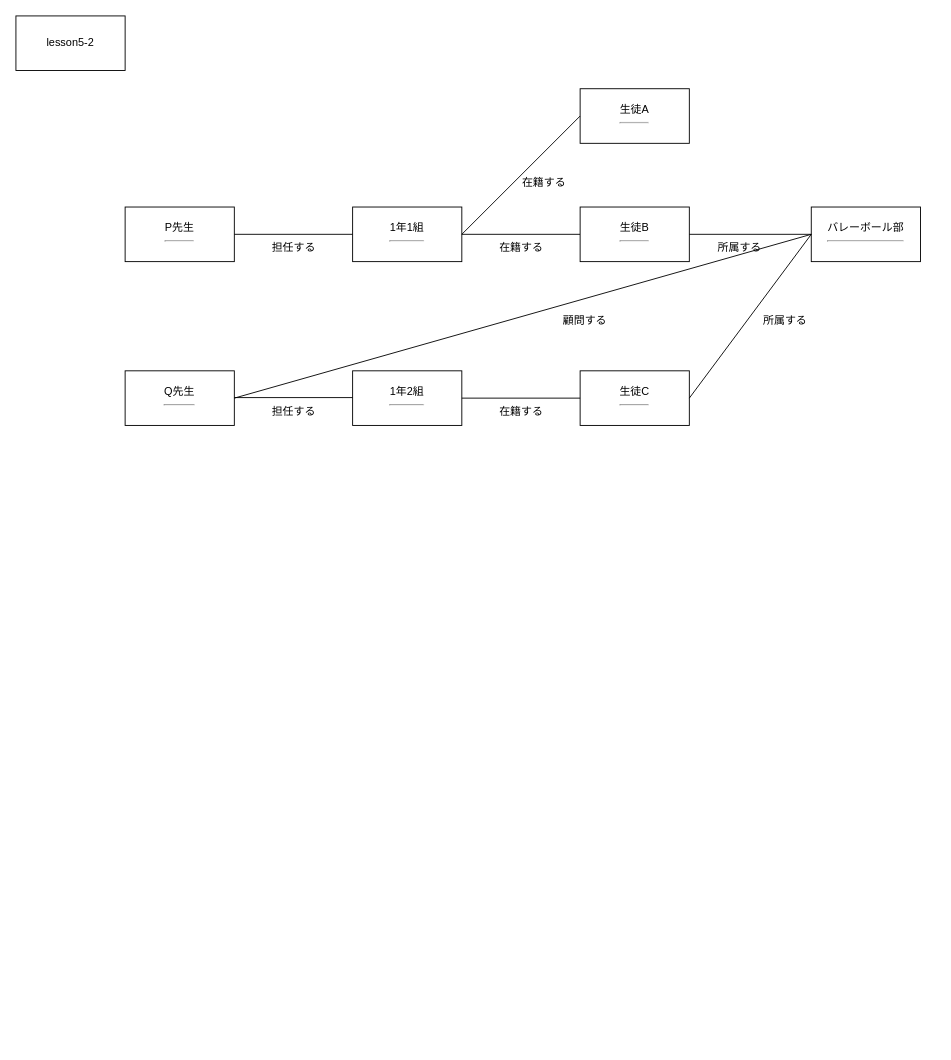
The draw.io diagram lesson5/5-2.drawio in hirutashougo/UML_introduction, before the edit. Source tidied: cells renumbered, new cells numbered last; positions are measured from the earlier drawing's top-left corner, leaving out a move shared by most shapes. Both pictures are drawn from the tidied source at 91%, with x=0, y=0 at pixel (15, 15).
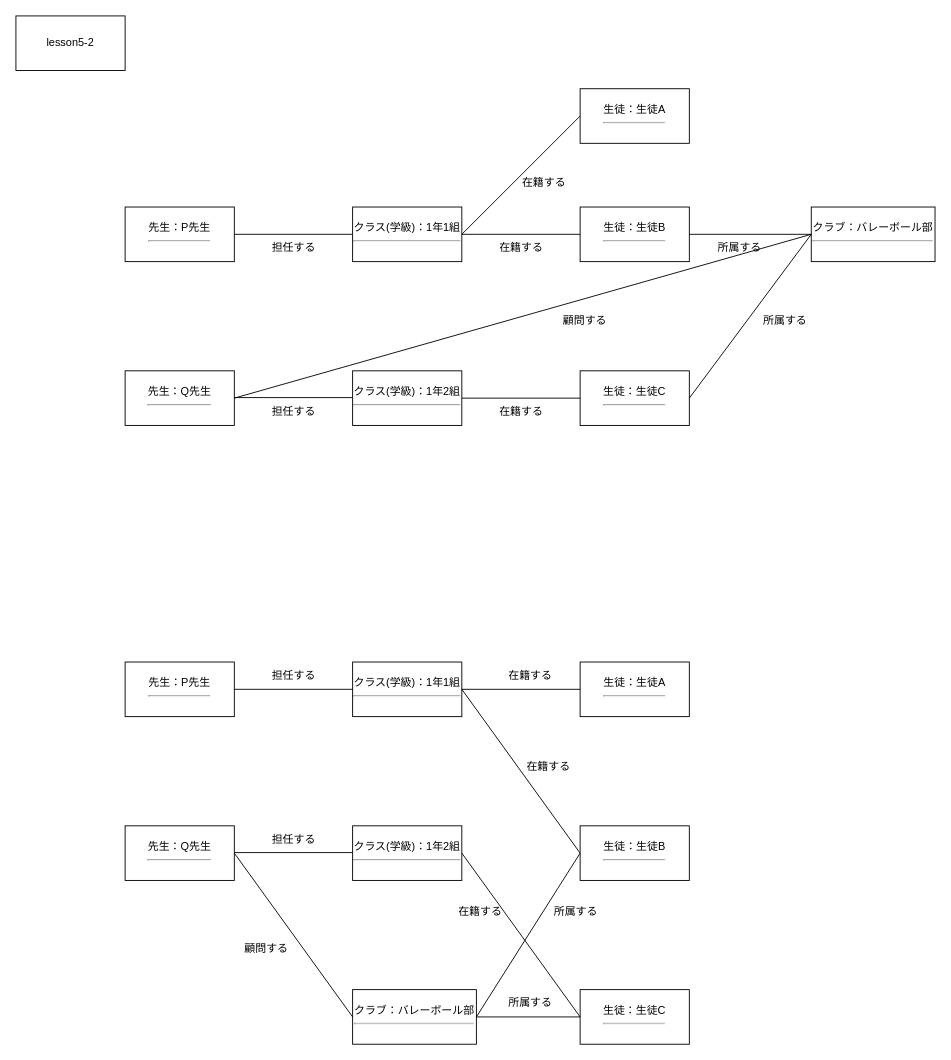
The same diagram, later.

Change to the diagram source:
```diff
@@
-    <mxCell id="2" value="P先生&lt;br&gt;&lt;hr&gt;" style="rounded=0;whiteSpace=wrap;html=1;" parent="1" vertex="1">
+    <mxCell id="2" value="先生：P先生&lt;br&gt;&lt;hr&gt;" style="rounded=0;whiteSpace=wrap;html=1;" parent="1" vertex="1">
       <mxGeometry x="120" y="210" width="120" height="60" as="geometry" />
     </mxCell>
@@
-    <mxCell id="4" value="Q先生&lt;br&gt;&lt;hr&gt;" style="rounded=0;whiteSpace=wrap;html=1;" parent="1" vertex="1">
+    <mxCell id="4" value="先生：Q先生&lt;br&gt;&lt;hr&gt;" style="rounded=0;whiteSpace=wrap;html=1;" parent="1" vertex="1">
       <mxGeometry x="120" y="390" width="120" height="60" as="geometry" />
     </mxCell>
-    <mxCell id="5" value="1年1組&lt;br&gt;&lt;hr&gt;" style="rounded=0;whiteSpace=wrap;html=1;" parent="1" vertex="1">
+    <mxCell id="5" value="クラス(学級)：1年1組&lt;br&gt;&lt;hr&gt;" style="rounded=0;whiteSpace=wrap;html=1;" parent="1" vertex="1">
       <mxGeometry x="370" y="210" width="120" height="60" as="geometry" />
     </mxCell>
-    <mxCell id="6" value="1年2組&lt;br&gt;&lt;hr&gt;" style="rounded=0;whiteSpace=wrap;html=1;" parent="1" vertex="1">
+    <mxCell id="6" value="クラス(学級)：1年2組&lt;br&gt;&lt;hr&gt;" style="rounded=0;whiteSpace=wrap;html=1;" parent="1" vertex="1">
       <mxGeometry x="370" y="390" width="120" height="60" as="geometry" />
     </mxCell>
-    <mxCell id="7" value="バレーボール部&lt;br&gt;&lt;hr&gt;" style="rounded=0;whiteSpace=wrap;html=1;" parent="1" vertex="1">
-      <mxGeometry x="874" y="210" width="120" height="60" as="geometry" />
+    <mxCell id="7" value="クラブ：バレーボール部&lt;br&gt;&lt;hr&gt;" style="rounded=0;whiteSpace=wrap;html=1;" parent="1" vertex="1">
+      <mxGeometry x="874" y="210" width="136" height="60" as="geometry" />
     </mxCell>
@@
-    <mxCell id="14" value="生徒B&lt;br&gt;&lt;hr&gt;" style="rounded=0;whiteSpace=wrap;html=1;" parent="1" vertex="1">
+    <mxCell id="14" value="生徒：生徒B&lt;br&gt;&lt;hr&gt;" style="rounded=0;whiteSpace=wrap;html=1;" parent="1" vertex="1">
       <mxGeometry x="620" y="210" width="120" height="60" as="geometry" />
     </mxCell>
-    <mxCell id="15" value="生徒A&lt;br&gt;&lt;hr&gt;" style="rounded=0;whiteSpace=wrap;html=1;" parent="1" vertex="1">
+    <mxCell id="15" value="生徒：生徒A&lt;br&gt;&lt;hr&gt;" style="rounded=0;whiteSpace=wrap;html=1;" parent="1" vertex="1">
       <mxGeometry x="620" y="80" width="120" height="60" as="geometry" />
     </mxCell>
-    <mxCell id="16" value="生徒C&lt;br&gt;&lt;hr&gt;" style="rounded=0;whiteSpace=wrap;html=1;" parent="1" vertex="1">
+    <mxCell id="16" value="生徒：生徒C&lt;br&gt;&lt;hr&gt;" style="rounded=0;whiteSpace=wrap;html=1;" parent="1" vertex="1">
       <mxGeometry x="620" y="390" width="120" height="60" as="geometry" />
     </mxCell>
@@
+    <mxCell id="27" value="先生：P先生&lt;br&gt;&lt;hr&gt;" style="rounded=0;whiteSpace=wrap;html=1;" parent="1" vertex="1">
+      <mxGeometry x="120" y="710" width="120" height="60" as="geometry" />
+    </mxCell>
+    <mxCell id="28" value="先生：Q先生&lt;br&gt;&lt;hr&gt;" style="rounded=0;whiteSpace=wrap;html=1;" parent="1" vertex="1">
+      <mxGeometry x="120" y="890" width="120" height="60" as="geometry" />
+    </mxCell>
+    <mxCell id="29" value="クラス(学級)：1年1組&lt;br&gt;&lt;hr&gt;" style="rounded=0;whiteSpace=wrap;html=1;" parent="1" vertex="1">
+      <mxGeometry x="370" y="710" width="120" height="60" as="geometry" />
+    </mxCell>
+    <mxCell id="30" value="クラス(学級)：1年2組&lt;br&gt;&lt;hr&gt;" style="rounded=0;whiteSpace=wrap;html=1;" parent="1" vertex="1">
+      <mxGeometry x="370" y="890" width="120" height="60" as="geometry" />
+    </mxCell>
+    <mxCell id="31" value="クラブ：バレーボール部&lt;br&gt;&lt;hr&gt;" style="rounded=0;whiteSpace=wrap;html=1;" parent="1" vertex="1">
+      <mxGeometry x="370" y="1070" width="136" height="60" as="geometry" />
+    </mxCell>
+    <mxCell id="32" style="endArrow=none;html=1;rounded=0;exitX=1;exitY=0.5;exitDx=0;exitDy=0;entryX=0;entryY=0.5;entryDx=0;entryDy=0;" parent="1" edge="1" source="27" target="29">
+      <mxGeometry relative="1" as="geometry" />
+    </mxCell>
+    <mxCell id="33" style="endArrow=none;html=1;rounded=0;exitX=1;exitY=0.5;exitDx=0;exitDy=0;entryX=0;entryY=0.5;entryDx=0;entryDy=0;" parent="1" edge="1">
+      <mxGeometry relative="1" as="geometry">
+        <mxPoint x="240" y="919.4" as="sourcePoint" />
+        <mxPoint x="370" y="919.4" as="targetPoint" />
+      </mxGeometry>
+    </mxCell>
+    <mxCell id="34" style="endArrow=none;html=1;rounded=0;exitX=1;exitY=0.5;exitDx=0;exitDy=0;entryX=0;entryY=0.5;entryDx=0;entryDy=0;" parent="1" edge="1" target="38">
+      <mxGeometry relative="1" as="geometry">
+        <mxPoint x="490" y="740" as="sourcePoint" />
+      </mxGeometry>
+    </mxCell>
+    <mxCell id="35" value="担任する" style="text;html=1;align=center;verticalAlign=middle;strokeColor=none;fillColor=none;" parent="1" vertex="1">
+      <mxGeometry x="270" y="710" width="70" height="30" as="geometry" />
+    </mxCell>
+    <mxCell id="36" value="担任する" style="text;html=1;align=center;verticalAlign=middle;strokeColor=none;fillColor=none;" parent="1" vertex="1">
+      <mxGeometry x="270" y="890" width="70" height="30" as="geometry" />
+    </mxCell>
+    <mxCell id="37" value="顧問する" style="text;html=1;align=center;verticalAlign=middle;strokeColor=none;fillColor=none;" parent="1" vertex="1">
+      <mxGeometry x="240" y="1010" width="70" height="30" as="geometry" />
+    </mxCell>
+    <mxCell id="38" value="生徒：生徒B&lt;br&gt;&lt;hr&gt;" style="rounded=0;whiteSpace=wrap;html=1;" parent="1" vertex="1">
+      <mxGeometry x="620" y="890" width="120" height="60" as="geometry" />
+    </mxCell>
+    <mxCell id="39" value="生徒：生徒A&lt;br&gt;&lt;hr&gt;" style="rounded=0;whiteSpace=wrap;html=1;" parent="1" vertex="1">
+      <mxGeometry x="620" y="710" width="120" height="60" as="geometry" />
+    </mxCell>
+    <mxCell id="40" value="生徒：生徒C&lt;br&gt;&lt;hr&gt;" style="rounded=0;whiteSpace=wrap;html=1;" parent="1" vertex="1">
+      <mxGeometry x="620" y="1070" width="120" height="60" as="geometry" />
+    </mxCell>
+    <mxCell id="41" style="endArrow=none;html=1;rounded=0;exitX=1;exitY=0.5;exitDx=0;exitDy=0;entryX=0;entryY=0.5;entryDx=0;entryDy=0;" parent="1" edge="1" target="40">
+      <mxGeometry relative="1" as="geometry">
+        <mxPoint x="490" y="920" as="sourcePoint" />
+      </mxGeometry>
+    </mxCell>
+    <mxCell id="42" style="endArrow=none;html=1;rounded=0;exitX=0;exitY=0.5;exitDx=0;exitDy=0;entryX=1;entryY=0.5;entryDx=0;entryDy=0;" parent="1" edge="1" source="39" target="29">
+      <mxGeometry relative="1" as="geometry" />
+    </mxCell>
+    <mxCell id="43" value="在籍する" style="text;html=1;align=center;verticalAlign=middle;strokeColor=none;fillColor=none;" parent="1" vertex="1">
+      <mxGeometry x="530" y="710" width="70" height="30" as="geometry" />
+    </mxCell>
+    <mxCell id="44" value="在籍する" style="text;html=1;align=center;verticalAlign=middle;strokeColor=none;fillColor=none;" parent="1" vertex="1">
+      <mxGeometry x="550" y="810" width="70" height="30" as="geometry" />
+    </mxCell>
+    <mxCell id="45" value="在籍する" style="text;html=1;align=center;verticalAlign=middle;strokeColor=none;fillColor=none;" parent="1" vertex="1">
+      <mxGeometry x="475" y="970" width="70" height="30" as="geometry" />
+    </mxCell>
+    <mxCell id="46" value="所属する" style="text;html=1;align=center;verticalAlign=middle;strokeColor=none;fillColor=none;" parent="1" vertex="1">
+      <mxGeometry x="530" y="1070" width="70" height="30" as="geometry" />
+    </mxCell>
+    <mxCell id="47" value="所属する" style="text;html=1;align=center;verticalAlign=middle;strokeColor=none;fillColor=none;" parent="1" vertex="1">
+      <mxGeometry x="580" y="970" width="70" height="30" as="geometry" />
+    </mxCell>
+    <mxCell id="48" style="endArrow=none;html=1;rounded=0;entryX=1;entryY=0.5;entryDx=0;entryDy=0;exitX=0;exitY=0.5;exitDx=0;exitDy=0;" parent="1" edge="1" source="31" target="28">
+      <mxGeometry relative="1" as="geometry" />
+    </mxCell>
+    <mxCell id="49" style="endArrow=none;html=1;rounded=0;entryX=0;entryY=0.5;entryDx=0;entryDy=0;exitX=1;exitY=0.5;exitDx=0;exitDy=0;" parent="1" edge="1" source="31" target="38">
+      <mxGeometry relative="1" as="geometry" />
+    </mxCell>
+    <mxCell id="50" style="endArrow=none;html=1;rounded=0;exitX=1;exitY=0.5;exitDx=0;exitDy=0;" parent="1" edge="1" source="31">
+      <mxGeometry relative="1" as="geometry">
+        <mxPoint x="620" y="1100" as="targetPoint" />
+      </mxGeometry>
+    </mxCell>
```
